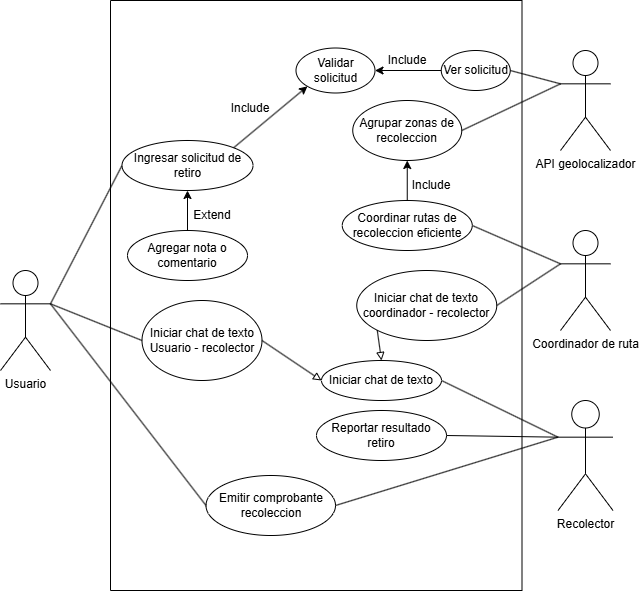
Above: Entrega1/Practica2(DiagramaUC)/DiagramaUC.drawio.png in MattelXD/Proyecto-Ingenieria-software-I (draw.io), before the change. Source tidied: cells renumbered, new cells last; positions are measured from the earlier drawing's top-left corner, leaving out a move shared by most shapes.
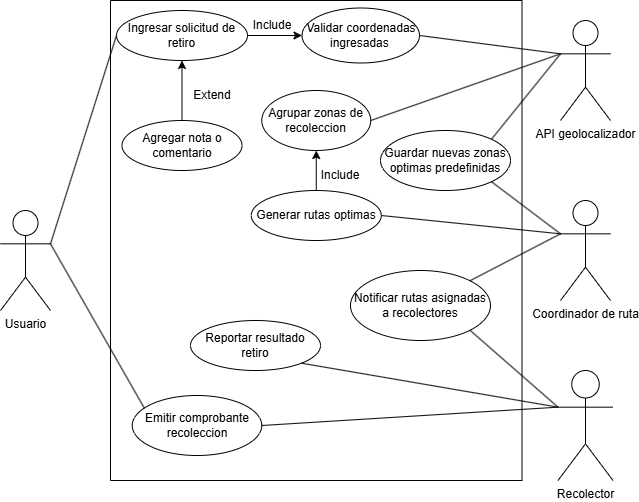
Above is the later version.

Commit message:
Diagrama UC actualizado

Diff of the diagram source:
```diff
@@ -3,74 +3,61 @@
     <mxCell id="0" />
     <mxCell id="1" parent="0" />
     <mxCell id="2" style="swimlane;startSize=0;" parent="1" vertex="1">
-      <mxGeometry x="110" width="411.5" height="590" as="geometry" />
+      <mxGeometry x="110" y="30" width="411.5" height="480" as="geometry" />
     </mxCell>
     <mxCell id="3" value="Ingresar solicitud de retiro" style="ellipse;whiteSpace=wrap;html=1;" parent="2" vertex="1">
-      <mxGeometry x="11.5" y="140" width="131" height="50" as="geometry" />
+      <mxGeometry x="6" y="10" width="131" height="50" as="geometry" />
     </mxCell>
     <mxCell id="4" style="edgeStyle=orthogonalEdgeStyle;rounded=0;jettySize=auto;html=1;exitX=0.5;exitY=0;exitDx=0;exitDy=0;entryX=0.5;entryY=1;entryDx=0;entryDy=0;endArrow=classic;endFill=1;" parent="2" edge="1" source="5" target="3">
       <mxGeometry relative="1" as="geometry" />
     </mxCell>
     <mxCell id="5" value="Agregar nota o comentario" style="ellipse;whiteSpace=wrap;html=1;" parent="2" vertex="1">
-      <mxGeometry x="17" y="230" width="120" height="50" as="geometry" />
+      <mxGeometry x="11.5" y="120" width="120" height="50" as="geometry" />
     </mxCell>
     <mxCell id="6" value="Extend" style="text;html=1;whiteSpace=wrap;strokeColor=none;fillColor=none;align=center;verticalAlign=middle;rounded=0;" parent="2" vertex="1">
-      <mxGeometry x="71.5" y="200" width="60" height="30" as="geometry" />
+      <mxGeometry x="71.5" y="80" width="60" height="30" as="geometry" />
     </mxCell>
-    <mxCell id="7" style="edgeStyle=orthogonalEdgeStyle;rounded=0;jettySize=auto;html=1;exitX=0;exitY=0.5;exitDx=0;exitDy=0;entryX=1;entryY=0.5;entryDx=0;entryDy=0;" parent="2" edge="1" source="8" target="9">
-      <mxGeometry relative="1" as="geometry" />
-    </mxCell>
-    <mxCell id="8" value="Ver solicitud" style="ellipse;whiteSpace=wrap;html=1;" parent="2" vertex="1">
-      <mxGeometry x="330.8" y="50" width="69" height="40" as="geometry" />
-    </mxCell>
-    <mxCell id="9" value="Validar solicitud" style="ellipse;whiteSpace=wrap;html=1;" parent="2" vertex="1">
-      <mxGeometry x="185.5" y="47.5" width="79" height="45" as="geometry" />
-    </mxCell>
-    <mxCell id="10" value="Include" style="text;html=1;whiteSpace=wrap;strokeColor=none;fillColor=none;align=center;verticalAlign=middle;rounded=0;" parent="2" vertex="1">
-      <mxGeometry x="271" y="45" width="51.5" height="30" as="geometry" />
-    </mxCell>
     <mxCell id="11" value="Include" style="text;html=1;whiteSpace=wrap;strokeColor=none;fillColor=none;align=center;verticalAlign=middle;rounded=0;" parent="2" vertex="1">
-      <mxGeometry x="110" y="92.5" width="60" height="30" as="geometry" />
+      <mxGeometry x="131.5" y="10" width="60" height="30" as="geometry" />
     </mxCell>
     <mxCell id="12" value="Agrupar zonas de recoleccion" style="ellipse;whiteSpace=wrap;html=1;" parent="2" vertex="1">
-      <mxGeometry x="242.2" y="100" width="109" height="60" as="geometry" />
+      <mxGeometry x="151.2" y="90" width="109" height="60" as="geometry" />
     </mxCell>
     <mxCell id="13" style="edgeStyle=orthogonalEdgeStyle;rounded=0;jettySize=auto;html=1;exitX=0.5;exitY=0;exitDx=0;exitDy=0;entryX=0.5;entryY=1;entryDx=0;entryDy=0;" parent="2" edge="1" source="14" target="12">
       <mxGeometry relative="1" as="geometry" />
     </mxCell>
-    <mxCell id="14" value="Coordinar rutas de recoleccion eficiente" style="ellipse;whiteSpace=wrap;html=1;" parent="2" vertex="1">
-      <mxGeometry x="231.8" y="200" width="130" height="50" as="geometry" />
+    <mxCell id="14" value="Generar rutas optimas" style="ellipse;whiteSpace=wrap;html=1;" parent="2" vertex="1">
+      <mxGeometry x="140.8" y="190" width="130" height="50" as="geometry" />
     </mxCell>
-    <mxCell id="15" value="Iniciar chat de texto" style="ellipse;whiteSpace=wrap;html=1;" parent="2" vertex="1">
-      <mxGeometry x="211" y="360" width="120" height="40" as="geometry" />
-    </mxCell>
     <mxCell id="16" value="Include" style="text;html=1;whiteSpace=wrap;strokeColor=none;fillColor=none;align=center;verticalAlign=middle;rounded=0;" parent="2" vertex="1">
-      <mxGeometry x="291.2" y="170" width="60" height="30" as="geometry" />
+      <mxGeometry x="200.2" y="160" width="60" height="30" as="geometry" />
     </mxCell>
     <mxCell id="17" value="Reportar resultado retiro" style="ellipse;whiteSpace=wrap;html=1;" parent="2" vertex="1">
-      <mxGeometry x="206" y="410" width="130" height="50" as="geometry" />
+      <mxGeometry x="80" y="320" width="130" height="50" as="geometry" />
     </mxCell>
-    <mxCell id="18" value="Iniciar chat de texto coordinador - recolector" style="ellipse;whiteSpace=wrap;html=1;" parent="2" vertex="1">
-      <mxGeometry x="246.2" y="270" width="140" height="70" as="geometry" />
-    </mxCell>
-    <mxCell id="19" value="Iniciar chat de texto Usuario - recolector" style="ellipse;whiteSpace=wrap;html=1;" parent="2" vertex="1">
-      <mxGeometry x="31.5" y="300" width="120" height="80" as="geometry" />
-    </mxCell>
     <mxCell id="20" value="Emitir comprobante recoleccion" style="ellipse;whiteSpace=wrap;html=1;" parent="2" vertex="1">
-      <mxGeometry x="95.5" y="475" width="129.5" height="60" as="geometry" />
+      <mxGeometry x="21.8" y="395" width="129.5" height="60" as="geometry" />
     </mxCell>
-    <mxCell id="21" style="endArrow=block;html=1;rounded=0;exitX=1;exitY=0.5;exitDx=0;exitDy=0;entryX=0;entryY=0.5;entryDx=0;entryDy=0;endFill=0;" parent="2" edge="1" source="19" target="15">
-      <mxGeometry relative="1" as="geometry" />
-    </mxCell>
-    <mxCell id="22" style="endArrow=block;html=1;rounded=0;entryX=0.5;entryY=0;entryDx=0;entryDy=0;exitX=0;exitY=1;exitDx=0;exitDy=0;endFill=0;" parent="2" edge="1" source="18" target="15">
-      <mxGeometry relative="1" as="geometry" />
-    </mxCell>
-    <mxCell id="23" style="endArrow=classic;html=1;rounded=0;exitX=1;exitY=0;exitDx=0;exitDy=0;entryX=0;entryY=1;entryDx=0;entryDy=0;endFill=1;" parent="2" edge="1" source="3" target="9">
+    <mxCell id="23" style="endArrow=classic;html=1;rounded=0;exitX=1;exitY=0.5;exitDx=0;exitDy=0;entryX=0;entryY=0.5;entryDx=0;entryDy=0;endFill=1;" parent="2" edge="1" source="3" target="38">
       <mxGeometry relative="1" as="geometry" />
     </mxCell>
+    <mxCell id="38" value="Validar coordenadas ingresadas&amp;nbsp;" style="ellipse;whiteSpace=wrap;html=1;" parent="2" vertex="1">
+      <mxGeometry x="191.5" y="7.5" width="117.5" height="55" as="geometry" />
+    </mxCell>
+    <mxCell id="39" value="Guardar nuevas zonas optimas predefinidas" style="ellipse;whiteSpace=wrap;html=1;" parent="2" vertex="1">
+      <mxGeometry x="270" y="130" width="130" height="60" as="geometry" />
+    </mxCell>
+    <mxCell id="40" value="Notificar rutas asignadas a recolectores" style="ellipse;whiteSpace=wrap;html=1;" parent="2" vertex="1">
+      <mxGeometry x="240" y="270" width="140" height="70" as="geometry" />
+    </mxCell>
     <mxCell id="24" value="Usuario" style="shape=umlActor;verticalLabelPosition=bottom;verticalAlign=top;html=1;outlineConnect=0;" parent="1" vertex="1">
-      <mxGeometry y="270" width="50" height="100" as="geometry" />
+      <mxGeometry y="240" width="50" height="100" as="geometry" />
     </mxCell>
+    <mxCell id="41" style="edgeStyle=orthogonalEdgeStyle;rounded=0;jettySize=auto;html=1;exitX=0;exitY=0.3333333333333333;exitDx=0;exitDy=0;exitPerimeter=0;" parent="1" edge="1" source="25">
+      <mxGeometry relative="1" as="geometry">
+        <mxPoint x="560" y="83" as="targetPoint" />
+      </mxGeometry>
+    </mxCell>
     <mxCell id="25" value="API geolocalizador" style="shape=umlActor;verticalLabelPosition=bottom;verticalAlign=top;html=1;outlineConnect=0;" parent="1" vertex="1">
       <mxGeometry x="560" y="50" width="50" height="100" as="geometry" />
     </mxCell>
@@ -83,32 +70,35 @@
     <mxCell id="28" style="endArrow=none;html=1;rounded=0;exitX=0;exitY=0.5;exitDx=0;exitDy=0;entryX=1;entryY=0.3333333333333333;entryDx=0;entryDy=0;entryPerimeter=0;" parent="1" edge="1" source="3" target="24">
       <mxGeometry relative="1" as="geometry" />
     </mxCell>
-    <mxCell id="29" style="endArrow=none;html=1;rounded=0;entryX=0;entryY=0.5;entryDx=0;entryDy=0;exitX=1;exitY=0.3333333333333333;exitDx=0;exitDy=0;exitPerimeter=0;" parent="1" edge="1" source="24" target="19">
-      <mxGeometry relative="1" as="geometry" />
-    </mxCell>
-    <mxCell id="30" style="endArrow=none;html=1;rounded=0;entryX=0;entryY=0.3333333333333333;entryDx=0;entryDy=0;entryPerimeter=0;exitX=1;exitY=0.5;exitDx=0;exitDy=0;" parent="1" edge="1" source="15" target="27">
-      <mxGeometry relative="1" as="geometry" />
-    </mxCell>
-    <mxCell id="31" style="endArrow=none;html=1;rounded=0;entryX=1;entryY=0.5;entryDx=0;entryDy=0;exitX=0;exitY=0.3333333333333333;exitDx=0;exitDy=0;exitPerimeter=0;" parent="1" edge="1" source="27" target="17">
+    <mxCell id="31" style="endArrow=none;html=1;rounded=0;entryX=1;entryY=1;entryDx=0;entryDy=0;exitX=0;exitY=0.3333333333333333;exitDx=0;exitDy=0;exitPerimeter=0;" parent="1" edge="1" source="27" target="17">
       <mxGeometry relative="1" as="geometry" />
     </mxCell>
     <mxCell id="32" style="endArrow=none;html=1;rounded=0;entryX=1;entryY=0.5;entryDx=0;entryDy=0;exitX=0;exitY=0.3333333333333333;exitDx=0;exitDy=0;exitPerimeter=0;" parent="1" edge="1" source="27" target="20">
       <mxGeometry relative="1" as="geometry" />
     </mxCell>
-    <mxCell id="33" style="endArrow=none;html=1;rounded=0;entryX=0;entryY=0.3333333333333333;entryDx=0;entryDy=0;entryPerimeter=0;exitX=1;exitY=0.5;exitDx=0;exitDy=0;" parent="1" edge="1" source="18" target="26">
-      <mxGeometry relative="1" as="geometry" />
-    </mxCell>
     <mxCell id="34" style="endArrow=none;html=1;rounded=0;entryX=0;entryY=0.3333333333333333;entryDx=0;entryDy=0;entryPerimeter=0;exitX=1;exitY=0.5;exitDx=0;exitDy=0;" parent="1" edge="1" source="14" target="26">
       <mxGeometry relative="1" as="geometry" />
     </mxCell>
     <mxCell id="35" style="endArrow=none;html=1;rounded=0;entryX=0;entryY=0.3333333333333333;entryDx=0;entryDy=0;entryPerimeter=0;exitX=1;exitY=0.5;exitDx=0;exitDy=0;" parent="1" edge="1" source="12" target="25">
       <mxGeometry relative="1" as="geometry" />
     </mxCell>
-    <mxCell id="36" style="endArrow=none;html=1;rounded=0;entryX=0;entryY=0.3333333333333333;entryDx=0;entryDy=0;entryPerimeter=0;exitX=1;exitY=0.5;exitDx=0;exitDy=0;" parent="1" edge="1" source="8" target="25">
+    <mxCell id="36" style="endArrow=none;html=1;rounded=0;entryX=0;entryY=0.3333333333333333;entryDx=0;entryDy=0;entryPerimeter=0;exitX=1;exitY=0.5;exitDx=0;exitDy=0;" parent="1" edge="1" source="38" target="25">
       <mxGeometry relative="1" as="geometry" />
     </mxCell>
-    <mxCell id="37" style="endArrow=none;html=1;rounded=0;entryX=1;entryY=0.3333333333333333;entryDx=0;entryDy=0;entryPerimeter=0;exitX=0;exitY=0.5;exitDx=0;exitDy=0;" parent="1" edge="1" source="20" target="24">
+    <mxCell id="37" style="endArrow=none;html=1;rounded=0;entryX=1;entryY=0.3333333333333333;entryDx=0;entryDy=0;entryPerimeter=0;exitX=0.095;exitY=0.217;exitDx=0;exitDy=0;exitPerimeter=0;" parent="1" edge="1" source="20" target="24">
       <mxGeometry relative="1" as="geometry" />
     </mxCell>
+    <mxCell id="42" style="endArrow=none;html=1;rounded=0;entryX=0;entryY=0.3333333333333333;entryDx=0;entryDy=0;entryPerimeter=0;exitX=1;exitY=0;exitDx=0;exitDy=0;" parent="1" edge="1" source="39" target="25">
+      <mxGeometry relative="1" as="geometry" />
+    </mxCell>
+    <mxCell id="43" style="endArrow=none;html=1;rounded=0;exitX=0;exitY=0.3333333333333333;exitDx=0;exitDy=0;exitPerimeter=0;entryX=1;entryY=1;entryDx=0;entryDy=0;" parent="1" edge="1" source="26" target="39">
+      <mxGeometry relative="1" as="geometry" />
+    </mxCell>
+    <mxCell id="44" style="endArrow=none;html=1;rounded=0;entryX=0;entryY=0.3333333333333333;entryDx=0;entryDy=0;entryPerimeter=0;exitX=1;exitY=1;exitDx=0;exitDy=0;" parent="1" edge="1" source="40" target="27">
+      <mxGeometry relative="1" as="geometry" />
+    </mxCell>
+    <mxCell id="45" style="endArrow=none;html=1;rounded=0;entryX=0;entryY=0.3333333333333333;entryDx=0;entryDy=0;entryPerimeter=0;exitX=1;exitY=0;exitDx=0;exitDy=0;" parent="1" edge="1" source="40" target="26">
+      <mxGeometry relative="1" as="geometry" />
+    </mxCell>
   </root>
 </mxGraphModel>
```
